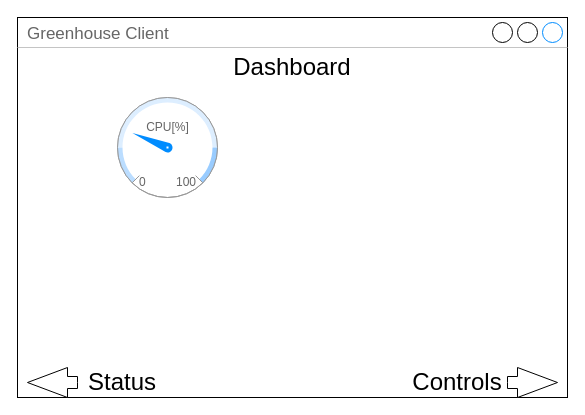
The draw.io diagram Conception/Mockup/Mockup.drawio in Dominik-Alexander/GreenhouseClient, before the edit. Source tidied: cells renumbered, new cells numbered last; positions are measured from the earlier drawing's top-left corner, leaving out a move shared by most shapes. Both pictures are drawn from the tidied source at 100%, with x=0, y=0 at pixel (17, 17).
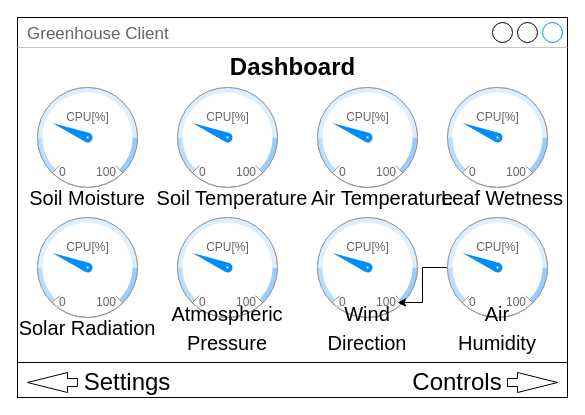
Above is the later version.

Commit message:
Basic mockup in draw.io

It does look like crap and is unreadable by anyone, yes.
But we are getting there.

The edit, as a diff of the source:
```diff
@@
     <mxCell id="3" style="verticalLabelPosition=bottom;shadow=0;dashed=0;align=center;html=1;verticalAlign=top;strokeWidth=1;shape=mxgraph.mockup.graphics.gauge;fillColor=#ffffff;strokeColor=#999999;gaugePos=25;scaleColors=#bbddff,#ddeeff,#99ccff;gaugeLabels=,,;needleColor=#008cff;sketch=0;" parent="1" vertex="1">
-      <mxGeometry x="100" y="80" width="100" height="100" as="geometry" />
+      <mxGeometry x="20" y="70" width="100" height="100" as="geometry" />
     </mxCell>
@@
-    <mxCell id="7" value="&lt;font style=&quot;font-size: 24px;&quot;&gt;Dashboard&lt;/font&gt;" style="text;html=1;strokeColor=none;fillColor=none;align=center;verticalAlign=middle;whiteSpace=wrap;rounded=0;shadow=0;sketch=0;" parent="1" vertex="1">
-      <mxGeometry x="215" y="40" width="120" height="20" as="geometry" />
-    </mxCell>
     <mxCell id="8" style="html=1;shadow=0;dashed=0;align=center;verticalAlign=middle;shape=mxgraph.arrows2.arrow;dy=0.6;dx=40;notch=0;sketch=0;fontSize=24;" parent="1" vertex="1">
-      <mxGeometry x="490" y="350" width="50" height="30" as="geometry" />
+      <mxGeometry x="490" y="355" width="50" height="20" as="geometry" />
     </mxCell>
     <mxCell id="9" style="html=1;shadow=0;dashed=0;align=center;verticalAlign=middle;shape=mxgraph.arrows2.arrow;dy=0.6;dx=40;flipH=1;notch=0;sketch=0;fontSize=24;" parent="1" vertex="1">
-      <mxGeometry x="10" y="350" width="50" height="30" as="geometry" />
+      <mxGeometry x="10" y="355" width="50" height="20" as="geometry" />
     </mxCell>
@@
-    <mxCell id="11" value="Status" style="text;html=1;strokeColor=none;fillColor=none;align=center;verticalAlign=middle;whiteSpace=wrap;rounded=0;shadow=0;sketch=0;fontSize=24;" parent="1" vertex="1">
-      <mxGeometry x="70" y="350" width="70" height="30" as="geometry" />
+    <mxCell id="11" value="Settings" style="text;html=1;strokeColor=none;fillColor=none;align=center;verticalAlign=middle;whiteSpace=wrap;rounded=0;shadow=0;sketch=0;fontSize=24;" parent="1" vertex="1">
+      <mxGeometry x="70" y="350" width="80" height="30" as="geometry" />
     </mxCell>
+    <mxCell id="12" style="verticalLabelPosition=bottom;shadow=0;dashed=0;align=center;html=1;verticalAlign=top;strokeWidth=1;shape=mxgraph.mockup.graphics.gauge;fillColor=#ffffff;strokeColor=#999999;gaugePos=25;scaleColors=#bbddff,#ddeeff,#99ccff;gaugeLabels=,,;needleColor=#008cff;sketch=0;" parent="1" vertex="1">
+      <mxGeometry x="160" y="70" width="100" height="100" as="geometry" />
+    </mxCell>
+    <mxCell id="13" value="CPU[%]" style="strokeWidth=1;shadow=0;dashed=0;align=center;html=1;shape=mxgraph.mockup.graphics.anchor;fontColor=#666666;sketch=0;" parent="12" vertex="1">
+      <mxGeometry x="25" y="20" width="50" height="20" as="geometry" />
+    </mxCell>
+    <mxCell id="14" value="0" style="strokeWidth=1;shadow=0;dashed=0;align=center;html=1;shape=mxgraph.mockup.graphics.anchor;align=left;fontColor=#666666;sketch=0;" parent="12" vertex="1">
+      <mxGeometry x="20" y="75" width="50" height="20" as="geometry" />
+    </mxCell>
+    <mxCell id="15" value="100" style="strokeWidth=1;shadow=0;dashed=0;align=center;html=1;shape=mxgraph.mockup.graphics.anchor;align=right;fontColor=#666666;sketch=0;" parent="12" vertex="1">
+      <mxGeometry x="30" y="75" width="50" height="20" as="geometry" />
+    </mxCell>
+    <mxCell id="7" value="Dashboard" style="text;strokeColor=none;fillColor=none;html=1;fontSize=24;fontStyle=1;verticalAlign=middle;align=center;shadow=0;sketch=0;" parent="1" vertex="1">
+      <mxGeometry x="200" y="30" width="150" height="40" as="geometry" />
+    </mxCell>
+    <mxCell id="16" style="verticalLabelPosition=bottom;shadow=0;dashed=0;align=center;html=1;verticalAlign=top;strokeWidth=1;shape=mxgraph.mockup.graphics.gauge;fillColor=#ffffff;strokeColor=#999999;gaugePos=25;scaleColors=#bbddff,#ddeeff,#99ccff;gaugeLabels=,,;needleColor=#008cff;sketch=0;" parent="1" vertex="1">
+      <mxGeometry x="300" y="70" width="100" height="100" as="geometry" />
+    </mxCell>
+    <mxCell id="17" value="CPU[%]" style="strokeWidth=1;shadow=0;dashed=0;align=center;html=1;shape=mxgraph.mockup.graphics.anchor;fontColor=#666666;sketch=0;" parent="16" vertex="1">
+      <mxGeometry x="25" y="20" width="50" height="20" as="geometry" />
+    </mxCell>
+    <mxCell id="18" value="0" style="strokeWidth=1;shadow=0;dashed=0;align=center;html=1;shape=mxgraph.mockup.graphics.anchor;align=left;fontColor=#666666;sketch=0;" parent="16" vertex="1">
+      <mxGeometry x="20" y="75" width="50" height="20" as="geometry" />
+    </mxCell>
+    <mxCell id="19" value="100" style="strokeWidth=1;shadow=0;dashed=0;align=center;html=1;shape=mxgraph.mockup.graphics.anchor;align=right;fontColor=#666666;sketch=0;" parent="16" vertex="1">
+      <mxGeometry x="30" y="75" width="50" height="20" as="geometry" />
+    </mxCell>
+    <mxCell id="20" style="verticalLabelPosition=bottom;shadow=0;dashed=0;align=center;html=1;verticalAlign=top;strokeWidth=1;shape=mxgraph.mockup.graphics.gauge;fillColor=#ffffff;strokeColor=#999999;gaugePos=25;scaleColors=#bbddff,#ddeeff,#99ccff;gaugeLabels=,,;needleColor=#008cff;sketch=0;" parent="1" vertex="1">
+      <mxGeometry x="430" y="70" width="100" height="100" as="geometry" />
+    </mxCell>
+    <mxCell id="21" value="CPU[%]" style="strokeWidth=1;shadow=0;dashed=0;align=center;html=1;shape=mxgraph.mockup.graphics.anchor;fontColor=#666666;sketch=0;" parent="20" vertex="1">
+      <mxGeometry x="25" y="20" width="50" height="20" as="geometry" />
+    </mxCell>
+    <mxCell id="22" value="0" style="strokeWidth=1;shadow=0;dashed=0;align=center;html=1;shape=mxgraph.mockup.graphics.anchor;align=left;fontColor=#666666;sketch=0;" parent="20" vertex="1">
+      <mxGeometry x="20" y="75" width="50" height="20" as="geometry" />
+    </mxCell>
+    <mxCell id="23" value="100" style="strokeWidth=1;shadow=0;dashed=0;align=center;html=1;shape=mxgraph.mockup.graphics.anchor;align=right;fontColor=#666666;sketch=0;" parent="20" vertex="1">
+      <mxGeometry x="30" y="75" width="50" height="20" as="geometry" />
+    </mxCell>
+    <mxCell id="24" style="verticalLabelPosition=bottom;shadow=0;dashed=0;align=center;html=1;verticalAlign=top;strokeWidth=1;shape=mxgraph.mockup.graphics.gauge;fillColor=#ffffff;strokeColor=#999999;gaugePos=25;scaleColors=#bbddff,#ddeeff,#99ccff;gaugeLabels=,,;needleColor=#008cff;sketch=0;" parent="1" vertex="1">
+      <mxGeometry x="20" y="200" width="100" height="100" as="geometry" />
+    </mxCell>
+    <mxCell id="25" value="CPU[%]" style="strokeWidth=1;shadow=0;dashed=0;align=center;html=1;shape=mxgraph.mockup.graphics.anchor;fontColor=#666666;sketch=0;" parent="24" vertex="1">
+      <mxGeometry x="25" y="20" width="50" height="20" as="geometry" />
+    </mxCell>
+    <mxCell id="26" value="0" style="strokeWidth=1;shadow=0;dashed=0;align=center;html=1;shape=mxgraph.mockup.graphics.anchor;align=left;fontColor=#666666;sketch=0;" parent="24" vertex="1">
+      <mxGeometry x="20" y="75" width="50" height="20" as="geometry" />
+    </mxCell>
+    <mxCell id="27" value="100" style="strokeWidth=1;shadow=0;dashed=0;align=center;html=1;shape=mxgraph.mockup.graphics.anchor;align=right;fontColor=#666666;sketch=0;" parent="24" vertex="1">
+      <mxGeometry x="30" y="75" width="50" height="20" as="geometry" />
+    </mxCell>
+    <mxCell id="28" style="verticalLabelPosition=bottom;shadow=0;dashed=0;align=center;html=1;verticalAlign=top;strokeWidth=1;shape=mxgraph.mockup.graphics.gauge;fillColor=#ffffff;strokeColor=#999999;gaugePos=25;scaleColors=#bbddff,#ddeeff,#99ccff;gaugeLabels=,,;needleColor=#008cff;sketch=0;" parent="1" vertex="1">
+      <mxGeometry x="160" y="200" width="100" height="100" as="geometry" />
+    </mxCell>
+    <mxCell id="29" value="CPU[%]" style="strokeWidth=1;shadow=0;dashed=0;align=center;html=1;shape=mxgraph.mockup.graphics.anchor;fontColor=#666666;sketch=0;" parent="28" vertex="1">
+      <mxGeometry x="25" y="20" width="50" height="20" as="geometry" />
+    </mxCell>
+    <mxCell id="30" value="0" style="strokeWidth=1;shadow=0;dashed=0;align=center;html=1;shape=mxgraph.mockup.graphics.anchor;align=left;fontColor=#666666;sketch=0;" parent="28" vertex="1">
+      <mxGeometry x="20" y="75" width="50" height="20" as="geometry" />
+    </mxCell>
+    <mxCell id="31" value="100" style="strokeWidth=1;shadow=0;dashed=0;align=center;html=1;shape=mxgraph.mockup.graphics.anchor;align=right;fontColor=#666666;sketch=0;" parent="28" vertex="1">
+      <mxGeometry x="30" y="75" width="50" height="20" as="geometry" />
+    </mxCell>
+    <mxCell id="32" style="verticalLabelPosition=bottom;shadow=0;dashed=0;align=center;html=1;verticalAlign=top;strokeWidth=1;shape=mxgraph.mockup.graphics.gauge;fillColor=#ffffff;strokeColor=#999999;gaugePos=25;scaleColors=#bbddff,#ddeeff,#99ccff;gaugeLabels=,,;needleColor=#008cff;sketch=0;" parent="1" vertex="1">
+      <mxGeometry x="300" y="200" width="100" height="100" as="geometry" />
+    </mxCell>
+    <mxCell id="33" value="CPU[%]" style="strokeWidth=1;shadow=0;dashed=0;align=center;html=1;shape=mxgraph.mockup.graphics.anchor;fontColor=#666666;sketch=0;" parent="32" vertex="1">
+      <mxGeometry x="25" y="20" width="50" height="20" as="geometry" />
+    </mxCell>
+    <mxCell id="34" value="0" style="strokeWidth=1;shadow=0;dashed=0;align=center;html=1;shape=mxgraph.mockup.graphics.anchor;align=left;fontColor=#666666;sketch=0;" parent="32" vertex="1">
+      <mxGeometry x="20" y="75" width="50" height="20" as="geometry" />
+    </mxCell>
+    <mxCell id="35" value="100" style="strokeWidth=1;shadow=0;dashed=0;align=center;html=1;shape=mxgraph.mockup.graphics.anchor;align=right;fontColor=#666666;sketch=0;" parent="32" vertex="1">
+      <mxGeometry x="30" y="75" width="50" height="20" as="geometry" />
+    </mxCell>
+    <mxCell id="36" style="edgeStyle=orthogonalEdgeStyle;rounded=0;jettySize=auto;html=1;fontSize=20;" parent="1" edge="1" source="37" target="35">
+      <mxGeometry relative="1" as="geometry" />
+    </mxCell>
+    <mxCell id="37" style="verticalLabelPosition=bottom;shadow=0;dashed=0;align=center;html=1;verticalAlign=top;strokeWidth=1;shape=mxgraph.mockup.graphics.gauge;fillColor=#ffffff;strokeColor=#999999;gaugePos=25;scaleColors=#bbddff,#ddeeff,#99ccff;gaugeLabels=,,;needleColor=#008cff;sketch=0;" parent="1" vertex="1">
+      <mxGeometry x="430" y="200" width="100" height="100" as="geometry" />
+    </mxCell>
+    <mxCell id="38" value="CPU[%]" style="strokeWidth=1;shadow=0;dashed=0;align=center;html=1;shape=mxgraph.mockup.graphics.anchor;fontColor=#666666;sketch=0;" parent="37" vertex="1">
+      <mxGeometry x="25" y="20" width="50" height="20" as="geometry" />
+    </mxCell>
+    <mxCell id="39" value="0" style="strokeWidth=1;shadow=0;dashed=0;align=center;html=1;shape=mxgraph.mockup.graphics.anchor;align=left;fontColor=#666666;sketch=0;" parent="37" vertex="1">
+      <mxGeometry x="20" y="75" width="50" height="20" as="geometry" />
+    </mxCell>
+    <mxCell id="40" value="100" style="strokeWidth=1;shadow=0;dashed=0;align=center;html=1;shape=mxgraph.mockup.graphics.anchor;align=right;fontColor=#666666;sketch=0;" parent="37" vertex="1">
+      <mxGeometry x="30" y="75" width="50" height="20" as="geometry" />
+    </mxCell>
+    <mxCell id="41" style="line;strokeWidth=1;html=1;shadow=0;sketch=0;fontSize=24;" parent="1" vertex="1">
+      <mxGeometry y="340" width="550" height="10" as="geometry" />
+    </mxCell>
+    <mxCell id="42" value="&lt;font style=&quot;font-size: 20px;&quot;&gt;Soil Moisture&lt;br&gt;&lt;/font&gt;" style="text;html=1;strokeColor=none;fillColor=none;align=center;verticalAlign=middle;whiteSpace=wrap;rounded=0;shadow=0;sketch=0;strokeWidth=1;fontSize=24;" parent="1" vertex="1">
+      <mxGeometry x="10" y="170" width="120" height="20" as="geometry" />
+    </mxCell>
+    <mxCell id="43" value="&lt;font style=&quot;font-size: 20px;&quot;&gt;Soil Temperature&lt;/font&gt;" style="text;html=1;strokeColor=none;fillColor=none;align=center;verticalAlign=middle;whiteSpace=wrap;rounded=0;shadow=0;sketch=0;strokeWidth=1;fontSize=24;" parent="1" vertex="1">
+      <mxGeometry x="130" y="170" width="170" height="20" as="geometry" />
+    </mxCell>
+    <mxCell id="44" value="&lt;font style=&quot;font-size: 20px;&quot;&gt;Air Temperature&lt;/font&gt;" style="text;html=1;strokeColor=none;fillColor=none;align=center;verticalAlign=middle;whiteSpace=wrap;rounded=0;shadow=0;sketch=0;strokeWidth=1;fontSize=24;" parent="1" vertex="1">
+      <mxGeometry x="290" y="170" width="150" height="20" as="geometry" />
+    </mxCell>
+    <mxCell id="45" value="&lt;font style=&quot;font-size: 20px;&quot;&gt;Leaf Wetness&lt;/font&gt;" style="text;html=1;strokeColor=none;fillColor=none;align=center;verticalAlign=middle;whiteSpace=wrap;rounded=0;shadow=0;sketch=0;strokeWidth=1;fontSize=24;" parent="1" vertex="1">
+      <mxGeometry x="420" y="170" width="130" height="20" as="geometry" />
+    </mxCell>
+    <mxCell id="46" value="&lt;font style=&quot;font-size: 20px;&quot;&gt;Solar Radiation&lt;/font&gt;" style="text;html=1;strokeColor=none;fillColor=none;align=center;verticalAlign=middle;whiteSpace=wrap;rounded=0;shadow=0;sketch=0;strokeWidth=1;fontSize=24;" parent="1" vertex="1">
+      <mxGeometry y="300" width="140" height="20" as="geometry" />
+    </mxCell>
+    <mxCell id="47" value="&lt;font style=&quot;font-size: 20px;&quot;&gt;Atmospheric Pressure&lt;/font&gt;" style="text;html=1;strokeColor=none;fillColor=none;align=center;verticalAlign=middle;whiteSpace=wrap;rounded=0;shadow=0;sketch=0;strokeWidth=1;fontSize=24;" parent="1" vertex="1">
+      <mxGeometry x="180" y="300" width="60" height="20" as="geometry" />
+    </mxCell>
+    <mxCell id="48" value="&lt;font style=&quot;font-size: 20px;&quot;&gt;Wind Direction&lt;/font&gt;" style="text;html=1;strokeColor=none;fillColor=none;align=center;verticalAlign=middle;whiteSpace=wrap;rounded=0;shadow=0;sketch=0;strokeWidth=1;fontSize=24;" parent="1" vertex="1">
+      <mxGeometry x="320" y="300" width="60" height="20" as="geometry" />
+    </mxCell>
+    <mxCell id="49" value="&lt;font style=&quot;font-size: 20px;&quot;&gt;Air Humidity&lt;/font&gt;" style="text;html=1;strokeColor=none;fillColor=none;align=center;verticalAlign=middle;whiteSpace=wrap;rounded=0;shadow=0;sketch=0;strokeWidth=1;fontSize=24;" parent="1" vertex="1">
+      <mxGeometry x="450" y="300" width="60" height="20" as="geometry" />
+    </mxCell>
```
